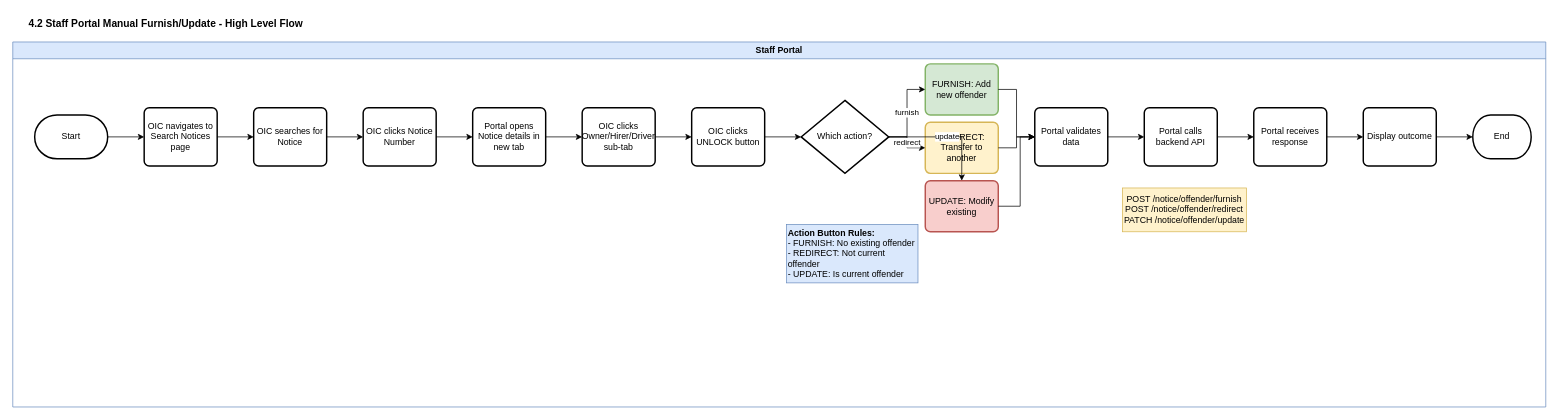
Above: page "4.2_High_Level_Furnish_Update" (1 of 5) of OCMS 41/Section 4/OCMS 41 Section 4 Technical Flow.drawio in rafifmgg/techdoc (draw.io), before the change. Source tidied: cells renumbered, new cells numbered last; positions are measured from the earlier drawing's top-left corner, leaving out a move shared by most shapes. Both pictures are drawn from the tidied source at 73%, with x=0, y=0 at pixel (12, 12).
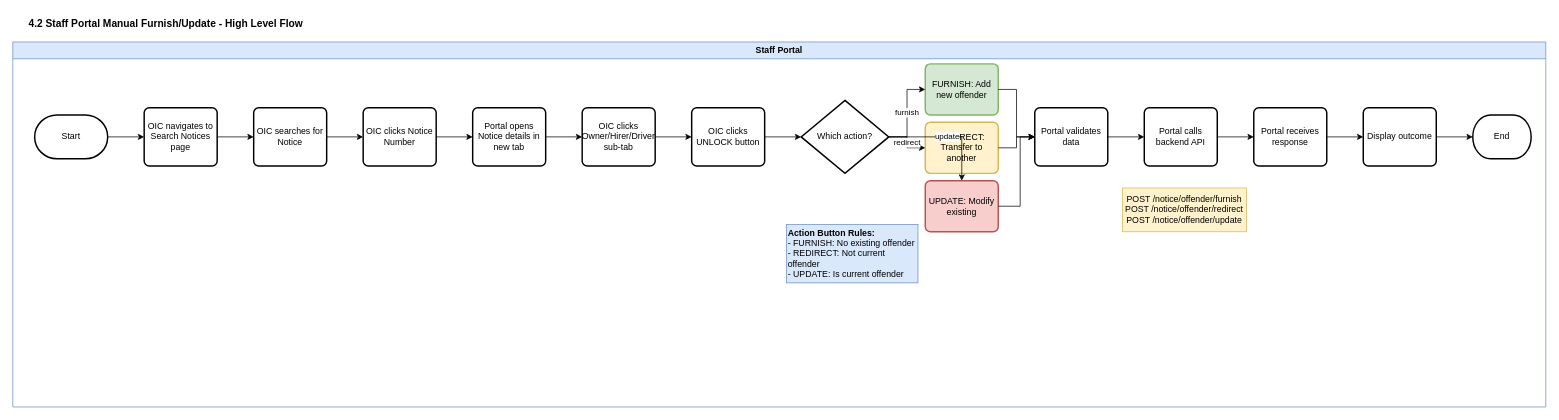
The same diagram, later.

Unchanged cells that the change refers to:
```xml
<mxCell id="3" value="Staff Portal" style="swimlane;whiteSpace=wrap;html=1;fillColor=#dae8fc;strokeColor=#6c8ebf;" parent="1" vertex="1">
  <mxGeometry y="40" width="2100" height="500" as="geometry" />
</mxCell>
```

Change to the diagram source:
```diff
@@
-    <mxCell id="38" value="POST /notice/offender/furnish&lt;div&gt;POST /notice/offender/redirect&lt;/div&gt;&lt;div&gt;PATCH /notice/offender/update&lt;/div&gt;" style="text;html=1;whiteSpace=wrap;strokeColor=#d6b656;fillColor=#fff2cc;align=center;verticalAlign=middle;rounded=0;" parent="3" vertex="1">
+    <mxCell id="38" value="POST /notice/offender/furnish&lt;div&gt;POST /notice/offender/redirect&lt;/div&gt;&lt;div&gt;POST /notice/offender/update&lt;/div&gt;" style="text;html=1;whiteSpace=wrap;strokeColor=#d6b656;fillColor=#fff2cc;align=center;verticalAlign=middle;rounded=0;" parent="3" vertex="1">
       <mxGeometry x="1520" y="200" width="170" height="60" as="geometry" />
     </mxCell>
```
